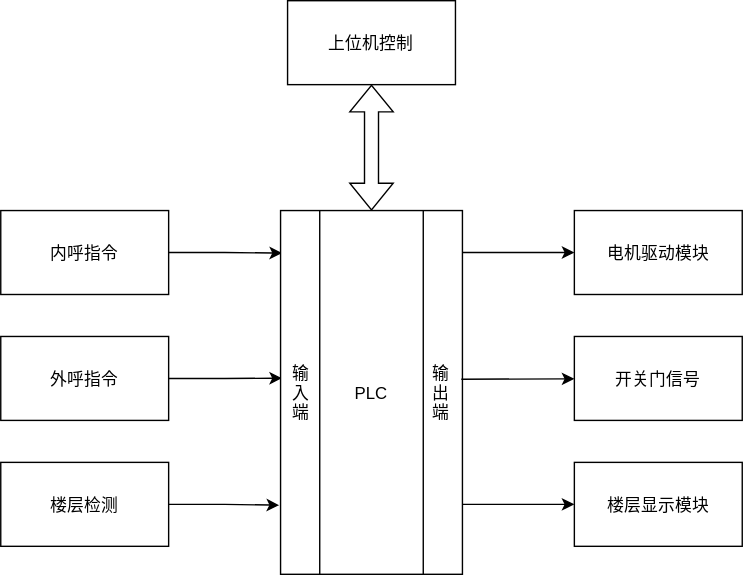
Earlier version of the draw.io export Draw.io/PLC控制的四层电梯硬件框图.svg (InoryLwc/ConfigRepo). Source tidied: cells renumbered, new cells last; positions are measured from the earlier drawing's top-left corner, leaving out a move shared by most shapes.
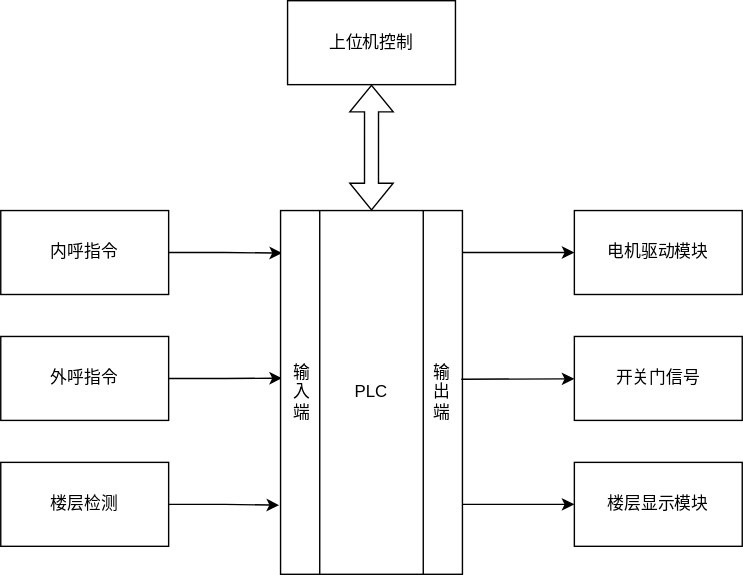
The same file after the commit.

Commit message:
更新PLC控制的四层电梯硬件框图.svg

What changed in the source:
```diff
@@ -2,40 +2,40 @@
   <root>
     <mxCell id="0" />
     <mxCell id="1" parent="0" />
-    <mxCell id="2" value="电机驱动模块" style="rounded=0;" parent="1" vertex="1">
+    <mxCell id="2" value="电机驱动模块" style="rounded=0;whiteSpace=wrap;html=1;" parent="1" vertex="1">
       <mxGeometry x="410" y="150" width="120" height="60" as="geometry" />
     </mxCell>
     <mxCell id="3" style="edgeStyle=orthogonalEdgeStyle;rounded=0;jettySize=auto;html=1;exitX=1;exitY=0.5;exitDx=0;exitDy=0;entryX=-0.008;entryY=0.81;entryDx=0;entryDy=0;entryPerimeter=0;" parent="1" edge="1" source="4" target="11">
       <mxGeometry relative="1" as="geometry" />
     </mxCell>
-    <mxCell id="4" value="楼层检测" style="rounded=0;" parent="1" vertex="1">
+    <mxCell id="4" value="楼层检测" style="rounded=0;whiteSpace=wrap;html=1;" parent="1" vertex="1">
       <mxGeometry y="330" width="120" height="60" as="geometry" />
     </mxCell>
     <mxCell id="5" style="edgeStyle=orthogonalEdgeStyle;rounded=0;jettySize=auto;html=1;exitX=1;exitY=0.5;exitDx=0;exitDy=0;entryX=0.033;entryY=0.297;entryDx=0;entryDy=0;entryPerimeter=0;" parent="1" edge="1" source="6" target="12">
       <mxGeometry relative="1" as="geometry" />
     </mxCell>
-    <mxCell id="6" value="外呼指令" style="rounded=0;" parent="1" vertex="1">
+    <mxCell id="6" value="外呼指令" style="rounded=0;whiteSpace=wrap;html=1;" parent="1" vertex="1">
       <mxGeometry y="240" width="120" height="60" as="geometry" />
     </mxCell>
-    <mxCell id="7" value="楼层显示模块" style="rounded=0;" parent="1" vertex="1">
+    <mxCell id="7" value="楼层显示模块" style="rounded=0;whiteSpace=wrap;html=1;" parent="1" vertex="1">
       <mxGeometry x="410" y="330" width="120" height="60" as="geometry" />
     </mxCell>
     <mxCell id="8" style="edgeStyle=orthogonalEdgeStyle;rounded=0;jettySize=auto;html=1;exitX=1;exitY=0.5;exitDx=0;exitDy=0;entryX=0.008;entryY=0.117;entryDx=0;entryDy=0;entryPerimeter=0;" parent="1" edge="1" source="9" target="11">
       <mxGeometry relative="1" as="geometry" />
     </mxCell>
-    <mxCell id="9" value="内呼指令" style="rounded=0;" parent="1" vertex="1">
+    <mxCell id="9" value="内呼指令" style="rounded=0;whiteSpace=wrap;html=1;" parent="1" vertex="1">
       <mxGeometry y="150" width="120" height="60" as="geometry" />
     </mxCell>
-    <mxCell id="10" style="group;" parent="1" vertex="1">
+    <mxCell id="10" style="group;whiteSpace=wrap;html=1;" parent="1" vertex="1">
       <mxGeometry x="200" y="150" width="130" height="260" as="geometry" />
     </mxCell>
-    <mxCell id="11" value="PLC" style="shape=process;backgroundOutline=1;size=0.21428571428571427;" parent="10" vertex="1">
+    <mxCell id="11" value="PLC" style="shape=process;backgroundOutline=1;size=0.21428571428571427;whiteSpace=wrap;html=1;" parent="10" vertex="1">
       <mxGeometry width="130" height="260" as="geometry" />
     </mxCell>
-    <mxCell id="12" value="输&#10;入&#10;端" style="text;align=center;verticalAlign=middle;points=[];strokeColor=none;fillColor=none;" parent="10" vertex="1">
+    <mxCell id="12" value="输&lt;br&gt;入&lt;br&gt;端" style="text;align=center;verticalAlign=middle;points=[];strokeColor=none;fillColor=none;html=1;" parent="10" vertex="1">
       <mxGeometry y="105" width="30" height="50" as="geometry" />
     </mxCell>
-    <mxCell id="13" value="输&#10;出&#10;端" style="text;align=center;verticalAlign=middle;points=[];strokeColor=none;fillColor=none;" parent="10" vertex="1">
+    <mxCell id="13" value="输&lt;br&gt;出&lt;br&gt;端" style="text;align=center;verticalAlign=middle;points=[];strokeColor=none;fillColor=none;html=1;" parent="10" vertex="1">
       <mxGeometry x="100" y="105" width="30" height="50" as="geometry" />
     </mxCell>
     <mxCell id="14" style="edgeStyle=orthogonalEdgeStyle;rounded=0;jettySize=auto;html=1;entryX=0;entryY=0.5;entryDx=0;entryDy=0;" parent="1" edge="1" target="2">
@@ -46,13 +46,13 @@
         </Array>
       </mxGeometry>
     </mxCell>
-    <mxCell id="15" value="上位机控制" style="rounded=0;" parent="1" vertex="1">
+    <mxCell id="15" value="上位机控制" style="rounded=0;whiteSpace=wrap;html=1;" parent="1" vertex="1">
       <mxGeometry x="205" width="120" height="60" as="geometry" />
     </mxCell>
     <mxCell id="16" style="shape=flexArrow;endArrow=classic;startArrow=classic;html=1;rounded=0;entryX=0.5;entryY=1;entryDx=0;entryDy=0;exitX=0.5;exitY=0;exitDx=0;exitDy=0;" parent="1" edge="1" source="11" target="15">
       <mxGeometry relative="1" as="geometry" />
     </mxCell>
-    <mxCell id="17" value="开关门信号" style="rounded=0;" parent="1" vertex="1">
+    <mxCell id="17" value="开关门信号" style="rounded=0;whiteSpace=wrap;html=1;" parent="1" vertex="1">
       <mxGeometry x="410" y="240" width="120" height="60" as="geometry" />
     </mxCell>
     <mxCell id="18" style="endArrow=classic;html=1;rounded=0;entryX=0;entryY=0.5;entryDx=0;entryDy=0;" parent="1" edge="1" target="7">
```
